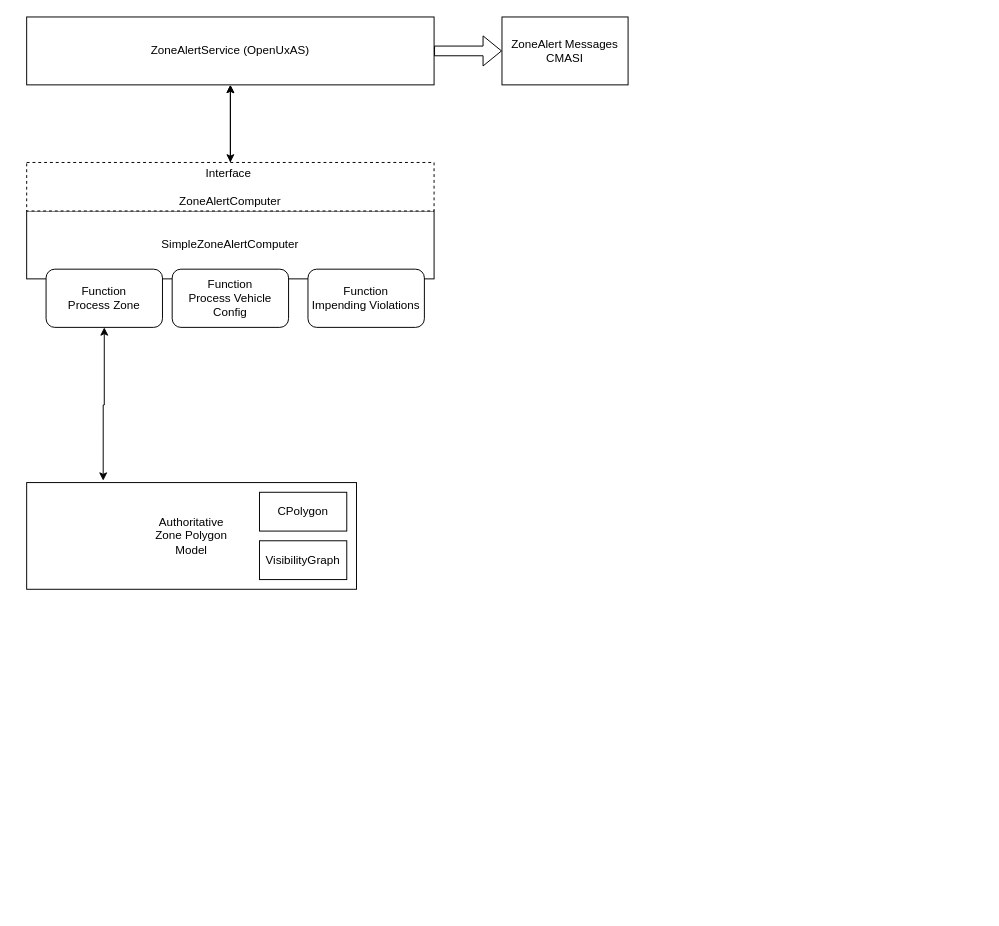
This is doc/assurance/ZoneAlertService/3-Specification/B-Design/basicArchitecture.drawio from jrowanhill/OpenUxAS-ZoneAlert, a draw.io file, before an edit. Source tidied: cells renumbered, new cells numbered last; positions are measured from the earlier drawing's top-left corner, leaving out a move shared by most shapes. Both pictures are drawn from the tidied source at 97%, with x=0, y=0 at pixel (26, 16).
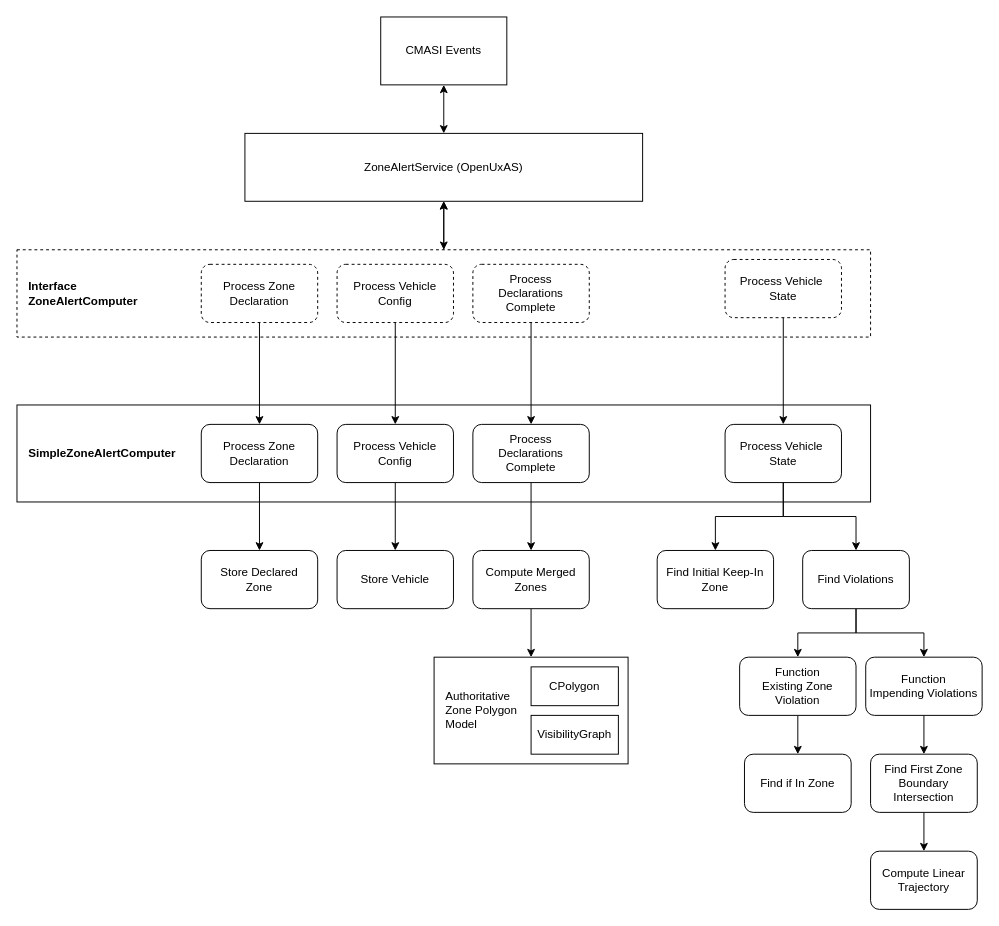
Above is the later version.

Diff of the diagram source:
```diff
@@
-    <mxCell id="2" value="Authoritative&lt;br&gt;Zone Polygon&lt;br&gt;Model" style="rounded=0;whiteSpace=wrap;html=1;" parent="1" vertex="1">
-      <mxGeometry y="480" width="340" height="110" as="geometry" />
-    </mxCell>
-    <mxCell id="3" value="SimpleZoneAlertComputer" style="rounded=0;whiteSpace=wrap;html=1;" parent="1" vertex="1">
-      <mxGeometry y="200" width="420" height="70" as="geometry" />
+    <mxCell id="3" value="&lt;b&gt;SimpleZoneAlertComputer&lt;/b&gt;" style="rounded=0;whiteSpace=wrap;html=1;align=left;spacing=12;" parent="1" vertex="1">
+      <mxGeometry x="-10" y="400" width="880" height="100" as="geometry" />
     </mxCell>
@@
     <mxCell id="5" value="ZoneAlertService (OpenUxAS)" style="rounded=0;whiteSpace=wrap;html=1;" parent="1" vertex="1">
-      <mxGeometry width="420" height="70" as="geometry" />
+      <mxGeometry x="225" y="120" width="410" height="70" as="geometry" />
     </mxCell>
+    <mxCell id="16" style="edgeStyle=orthogonalEdgeStyle;rounded=0;jettySize=auto;html=1;exitX=0.5;exitY=1;exitDx=0;exitDy=0;entryX=0.5;entryY=0;entryDx=0;entryDy=0;startArrow=classic;startFill=1;" parent="1" edge="1" source="6" target="5">
+      <mxGeometry relative="1" as="geometry" />
+    </mxCell>
-    <mxCell id="6" value="ZoneAlert Messages&lt;br&gt;CMASI" style="rounded=0;whiteSpace=wrap;html=1;" parent="1" vertex="1">
-      <mxGeometry x="490" width="130" height="70" as="geometry" />
+    <mxCell id="6" value="CMASI Events" style="rounded=0;whiteSpace=wrap;html=1;" parent="1" vertex="1">
+      <mxGeometry x="365" width="130" height="70" as="geometry" />
     </mxCell>
-    <mxCell id="7" style="shape=flexArrow;endArrow=classic;html=1;rounded=0;entryX=0;entryY=0.5;entryDx=0;entryDy=0;exitX=1;exitY=0.5;exitDx=0;exitDy=0;" parent="1" edge="1" source="5" target="6">
-      <mxGeometry relative="1" as="geometry" />
-    </mxCell>
+    <mxCell id="10" style="edgeStyle=orthogonalEdgeStyle;rounded=0;jettySize=auto;html=1;" parent="1" edge="1" source="11" target="5">
+      <mxGeometry relative="1" as="geometry" />
+    </mxCell>
+    <mxCell id="11" value="&lt;div&gt;&lt;b&gt;Interface&amp;nbsp;&lt;/b&gt;&lt;/div&gt;&lt;div&gt;&lt;span style=&quot;background-color: initial;&quot;&gt;&lt;b&gt;ZoneAlertComputer&lt;/b&gt;&lt;/span&gt;&lt;br&gt;&lt;/div&gt;" style="rounded=0;whiteSpace=wrap;html=1;dashed=1;align=left;spacing=12;" parent="1" vertex="1">
+      <mxGeometry x="-10" y="240" width="880" height="90" as="geometry" />
+    </mxCell>
+    <mxCell id="17" style="edgeStyle=orthogonalEdgeStyle;rounded=0;jettySize=auto;html=1;exitX=0.5;exitY=1;exitDx=0;exitDy=0;" parent="1" edge="1" source="37" target="35">
+      <mxGeometry relative="1" as="geometry" />
+    </mxCell>
+    <mxCell id="18" style="edgeStyle=orthogonalEdgeStyle;rounded=0;jettySize=auto;html=1;exitX=0.5;exitY=1;exitDx=0;exitDy=0;" parent="1" edge="1" source="13" target="39">
+      <mxGeometry relative="1" as="geometry" />
+    </mxCell>
+    <mxCell id="13" value="&lt;div&gt;Process Zone Declaration&lt;/div&gt;" style="rounded=1;whiteSpace=wrap;html=1;" parent="1" vertex="1">
+      <mxGeometry x="180" y="420" width="120" height="60" as="geometry" />
+    </mxCell>
+    <mxCell id="19" style="edgeStyle=orthogonalEdgeStyle;rounded=0;jettySize=auto;html=1;exitX=0.5;exitY=1;exitDx=0;exitDy=0;" parent="1" edge="1" source="14" target="32">
+      <mxGeometry relative="1" as="geometry" />
+    </mxCell>
+    <mxCell id="14" value="Function&lt;div&gt;Impending Violations&lt;/div&gt;" style="rounded=1;whiteSpace=wrap;html=1;" parent="1" vertex="1">
+      <mxGeometry x="865" y="660" width="120" height="60" as="geometry" />
+    </mxCell>
+    <mxCell id="20" style="edgeStyle=orthogonalEdgeStyle;rounded=0;jettySize=auto;html=1;exitX=0.5;exitY=1;exitDx=0;exitDy=0;entryX=0.5;entryY=0;entryDx=0;entryDy=0;" parent="1" edge="1" source="15" target="38">
+      <mxGeometry relative="1" as="geometry" />
+    </mxCell>
+    <mxCell id="15" value="&lt;div&gt;Process Vehicle Config&lt;/div&gt;" style="rounded=1;whiteSpace=wrap;html=1;" parent="1" vertex="1">
+      <mxGeometry x="320" y="420" width="120" height="60" as="geometry" />
+    </mxCell>
+    <mxCell id="21" style="edgeStyle=orthogonalEdgeStyle;rounded=0;jettySize=auto;html=1;exitX=0.5;exitY=1;exitDx=0;exitDy=0;" parent="1" edge="1" source="22" target="33">
+      <mxGeometry relative="1" as="geometry" />
+    </mxCell>
+    <mxCell id="22" value="Function&lt;div&gt;Existing Zone Violation&lt;/div&gt;" style="rounded=1;whiteSpace=wrap;html=1;" parent="1" vertex="1">
+      <mxGeometry x="735" y="660" width="120" height="60" as="geometry" />
+    </mxCell>
+    <mxCell id="23" style="edgeStyle=orthogonalEdgeStyle;rounded=0;jettySize=auto;html=1;exitX=0.5;exitY=1;exitDx=0;exitDy=0;entryX=0.5;entryY=0;entryDx=0;entryDy=0;" parent="1" edge="1" source="25" target="22">
+      <mxGeometry relative="1" as="geometry" />
+    </mxCell>
+    <mxCell id="24" style="edgeStyle=orthogonalEdgeStyle;rounded=0;jettySize=auto;html=1;exitX=0.5;exitY=1;exitDx=0;exitDy=0;entryX=0.5;entryY=0;entryDx=0;entryDy=0;" parent="1" edge="1" source="25" target="14">
+      <mxGeometry relative="1" as="geometry" />
+    </mxCell>
+    <mxCell id="25" value="Find Violations" style="rounded=1;whiteSpace=wrap;html=1;" parent="1" vertex="1">
+      <mxGeometry x="800" y="550" width="110" height="60" as="geometry" />
+    </mxCell>
+    <mxCell id="26" value="Find Initial Keep-In Zone" style="rounded=1;whiteSpace=wrap;html=1;" parent="1" vertex="1">
+      <mxGeometry x="650" y="550" width="120" height="60" as="geometry" />
+    </mxCell>
+    <mxCell id="27" style="edgeStyle=orthogonalEdgeStyle;rounded=0;jettySize=auto;html=1;exitX=0.5;exitY=1;exitDx=0;exitDy=0;entryX=0.5;entryY=0;entryDx=0;entryDy=0;" parent="1" edge="1" source="29" target="26">
+      <mxGeometry relative="1" as="geometry" />
+    </mxCell>
+    <mxCell id="28" style="edgeStyle=orthogonalEdgeStyle;rounded=0;jettySize=auto;html=1;exitX=0.5;exitY=1;exitDx=0;exitDy=0;entryX=0.5;entryY=0;entryDx=0;entryDy=0;" parent="1" edge="1" source="29" target="25">
+      <mxGeometry relative="1" as="geometry" />
+    </mxCell>
+    <mxCell id="29" value="Process Vehicle&amp;nbsp;&lt;div&gt;State&lt;/div&gt;" style="rounded=1;whiteSpace=wrap;html=1;" parent="1" vertex="1">
+      <mxGeometry x="720" y="420" width="120" height="60" as="geometry" />
+    </mxCell>
+    <mxCell id="30" value="Compute Linear&lt;div&gt;Trajectory&lt;/div&gt;" style="rounded=1;whiteSpace=wrap;html=1;" parent="1" vertex="1">
+      <mxGeometry x="870" y="860" width="110" height="60" as="geometry" />
+    </mxCell>
+    <mxCell id="31" style="edgeStyle=orthogonalEdgeStyle;rounded=0;jettySize=auto;html=1;exitX=0.5;exitY=1;exitDx=0;exitDy=0;" parent="1" edge="1" source="32" target="30">
+      <mxGeometry relative="1" as="geometry" />
+    </mxCell>
+    <mxCell id="32" value="Find First Zone Boundary Intersection" style="rounded=1;whiteSpace=wrap;html=1;" parent="1" vertex="1">
+      <mxGeometry x="870" y="760" width="110" height="60" as="geometry" />
+    </mxCell>
+    <mxCell id="33" value="Find if In Zone" style="rounded=1;whiteSpace=wrap;html=1;" parent="1" vertex="1">
+      <mxGeometry x="740" y="760" width="110" height="60" as="geometry" />
+    </mxCell>
+    <mxCell id="34" style="edgeStyle=orthogonalEdgeStyle;rounded=0;jettySize=auto;html=1;exitX=0.5;exitY=1;exitDx=0;exitDy=0;entryX=0.5;entryY=0;entryDx=0;entryDy=0;" parent="1" edge="1" source="35" target="2">
+      <mxGeometry relative="1" as="geometry" />
+    </mxCell>
+    <mxCell id="35" value="Compute Merged Zones" style="rounded=1;whiteSpace=wrap;html=1;" parent="1" vertex="1">
+      <mxGeometry x="460" y="550" width="120" height="60" as="geometry" />
+    </mxCell>
+    <mxCell id="36" style="group;" parent="1" vertex="1">
+      <mxGeometry x="420" y="660" width="200" height="110" as="geometry" />
+    </mxCell>
+    <mxCell id="2" value="Authoritative&lt;br&gt;Zone Polygon&lt;br&gt;Model" style="rounded=0;whiteSpace=wrap;html=1;align=left;spacing=12;" parent="36" vertex="1">
+      <mxGeometry width="200" height="110" as="geometry" />
+    </mxCell>
-    <mxCell id="8" value="CPolygon" style="rounded=0;whiteSpace=wrap;html=1;" parent="1" vertex="1">
-      <mxGeometry x="240" y="490" width="90" height="40" as="geometry" />
+    <mxCell id="8" value="CPolygon" style="rounded=0;whiteSpace=wrap;html=1;" parent="36" vertex="1">
+      <mxGeometry x="100" y="10" width="90" height="40" as="geometry" />
     </mxCell>
-    <mxCell id="9" value="VisibilityGraph" style="rounded=0;whiteSpace=wrap;html=1;" parent="1" vertex="1">
-      <mxGeometry x="240" y="540" width="90" height="40" as="geometry" />
+    <mxCell id="9" value="VisibilityGraph" style="rounded=0;whiteSpace=wrap;html=1;" parent="36" vertex="1">
+      <mxGeometry x="100" y="60" width="90" height="40" as="geometry" />
     </mxCell>
-    <mxCell id="10" style="edgeStyle=orthogonalEdgeStyle;rounded=0;jettySize=auto;html=1;" parent="1" edge="1" source="11" target="5">
-      <mxGeometry relative="1" as="geometry" />
-    </mxCell>
-    <mxCell id="11" value="&lt;div&gt;Interface&amp;nbsp;&lt;/div&gt;&lt;div&gt;&lt;br&gt;&lt;/div&gt;ZoneAlertComputer" style="rounded=0;whiteSpace=wrap;html=1;dashed=1;" parent="1" vertex="1">
-      <mxGeometry y="150" width="420" height="50" as="geometry" />
-    </mxCell>
-    <mxCell id="12" style="edgeStyle=orthogonalEdgeStyle;rounded=0;jettySize=auto;html=1;exitX=0.232;exitY=-0.018;exitDx=0;exitDy=0;startArrow=classic;startFill=1;exitPerimeter=0;" parent="1" edge="1" source="2" target="13">
-      <mxGeometry relative="1" as="geometry" />
-    </mxCell>
-    <mxCell id="13" value="Function&lt;div&gt;Process Zone&lt;/div&gt;" style="rounded=1;whiteSpace=wrap;html=1;" parent="1" vertex="1">
-      <mxGeometry x="20" y="260" width="120" height="60" as="geometry" />
-    </mxCell>
-    <mxCell id="14" value="Function&lt;div&gt;Impending Violations&lt;/div&gt;" style="rounded=1;whiteSpace=wrap;html=1;" parent="1" vertex="1">
-      <mxGeometry x="290" y="260" width="120" height="60" as="geometry" />
-    </mxCell>
-    <mxCell id="15" value="Function&lt;div&gt;Process Vehicle Config&lt;/div&gt;" style="rounded=1;whiteSpace=wrap;html=1;" parent="1" vertex="1">
-      <mxGeometry x="150" y="260" width="120" height="60" as="geometry" />
-    </mxCell>
+    <mxCell id="37" value="Process&lt;div&gt;Declarations&lt;/div&gt;&lt;div&gt;Complete&lt;/div&gt;" style="rounded=1;whiteSpace=wrap;html=1;" parent="1" vertex="1">
+      <mxGeometry x="460" y="420" width="120" height="60" as="geometry" />
+    </mxCell>
+    <mxCell id="38" value="&lt;div&gt;Store Vehicle&lt;/div&gt;" style="rounded=1;whiteSpace=wrap;html=1;" parent="1" vertex="1">
+      <mxGeometry x="320" y="550" width="120" height="60" as="geometry" />
+    </mxCell>
+    <mxCell id="39" value="&lt;div&gt;Store Declared&lt;/div&gt;&lt;div&gt;Zone&lt;/div&gt;" style="rounded=1;whiteSpace=wrap;html=1;" parent="1" vertex="1">
+      <mxGeometry x="180" y="550" width="120" height="60" as="geometry" />
+    </mxCell>
+    <mxCell id="40" style="edgeStyle=orthogonalEdgeStyle;rounded=0;jettySize=auto;html=1;exitX=0.5;exitY=1;exitDx=0;exitDy=0;" parent="1" edge="1" source="41" target="13">
+      <mxGeometry relative="1" as="geometry" />
+    </mxCell>
+    <mxCell id="41" value="&lt;div&gt;Process Zone Declaration&lt;/div&gt;" style="rounded=1;whiteSpace=wrap;html=1;dashed=1;" parent="1" vertex="1">
+      <mxGeometry x="180" y="255" width="120" height="60" as="geometry" />
+    </mxCell>
+    <mxCell id="42" style="edgeStyle=orthogonalEdgeStyle;rounded=0;jettySize=auto;html=1;exitX=0.5;exitY=1;exitDx=0;exitDy=0;entryX=0.5;entryY=0;entryDx=0;entryDy=0;" parent="1" edge="1" source="43" target="15">
+      <mxGeometry relative="1" as="geometry" />
+    </mxCell>
+    <mxCell id="43" value="&lt;div&gt;Process Vehicle Config&lt;/div&gt;" style="rounded=1;whiteSpace=wrap;html=1;dashed=1;" parent="1" vertex="1">
+      <mxGeometry x="320" y="255" width="120" height="60" as="geometry" />
+    </mxCell>
+    <mxCell id="44" style="edgeStyle=orthogonalEdgeStyle;rounded=0;jettySize=auto;html=1;exitX=0.5;exitY=1;exitDx=0;exitDy=0;entryX=0.5;entryY=0;entryDx=0;entryDy=0;" parent="1" edge="1" source="45" target="37">
+      <mxGeometry relative="1" as="geometry" />
+    </mxCell>
+    <mxCell id="45" value="Process&lt;div&gt;Declarations&lt;/div&gt;&lt;div&gt;Complete&lt;/div&gt;" style="rounded=1;whiteSpace=wrap;html=1;dashed=1;" parent="1" vertex="1">
+      <mxGeometry x="460" y="255" width="120" height="60" as="geometry" />
+    </mxCell>
+    <mxCell id="46" style="edgeStyle=orthogonalEdgeStyle;rounded=0;jettySize=auto;html=1;exitX=0.5;exitY=1;exitDx=0;exitDy=0;entryX=0.5;entryY=0;entryDx=0;entryDy=0;" parent="1" edge="1" source="47" target="29">
+      <mxGeometry relative="1" as="geometry" />
+    </mxCell>
+    <mxCell id="47" value="Process Vehicle&amp;nbsp;&lt;div&gt;State&lt;/div&gt;" style="rounded=1;whiteSpace=wrap;html=1;dashed=1;" parent="1" vertex="1">
+      <mxGeometry x="720" y="250" width="120" height="60" as="geometry" />
+    </mxCell>
```
